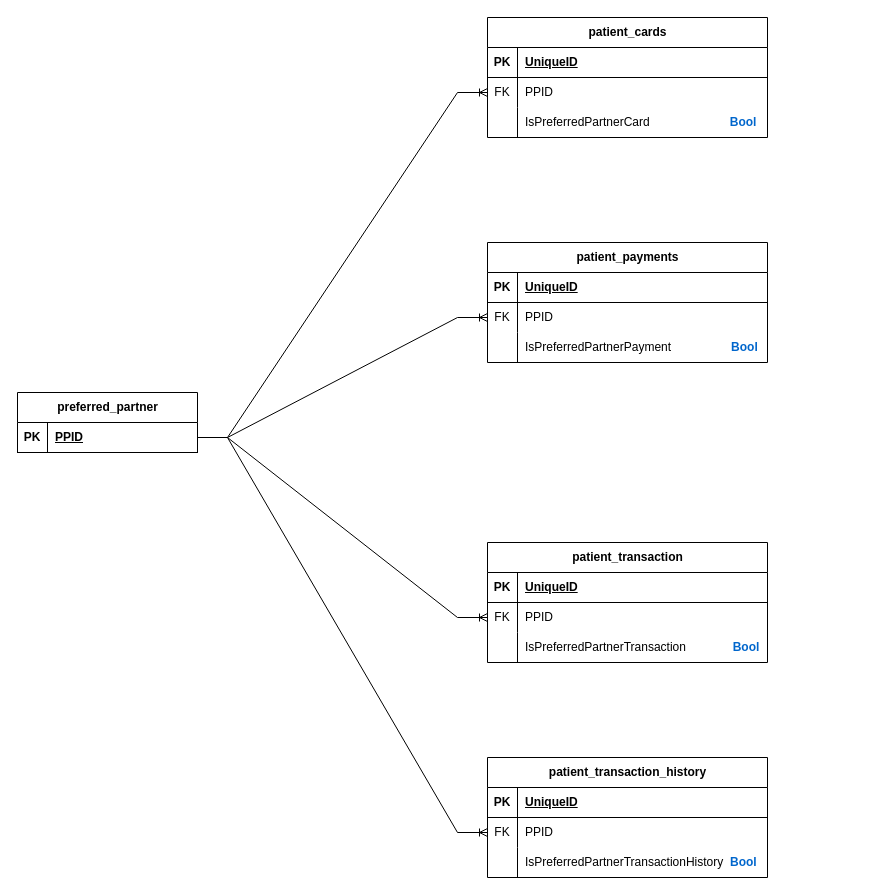
Earlier version of the draw.io diagram Preferred Partner Entity Relation.drawio (fkbhatti/EHR_Diagrams). Source tidied: cells renumbered, new cells numbered last; positions are measured from the earlier drawing's top-left corner, leaving out a move shared by most shapes. Both pictures are drawn from the tidied source at 100%, with x=0, y=0 at pixel (17, 17).
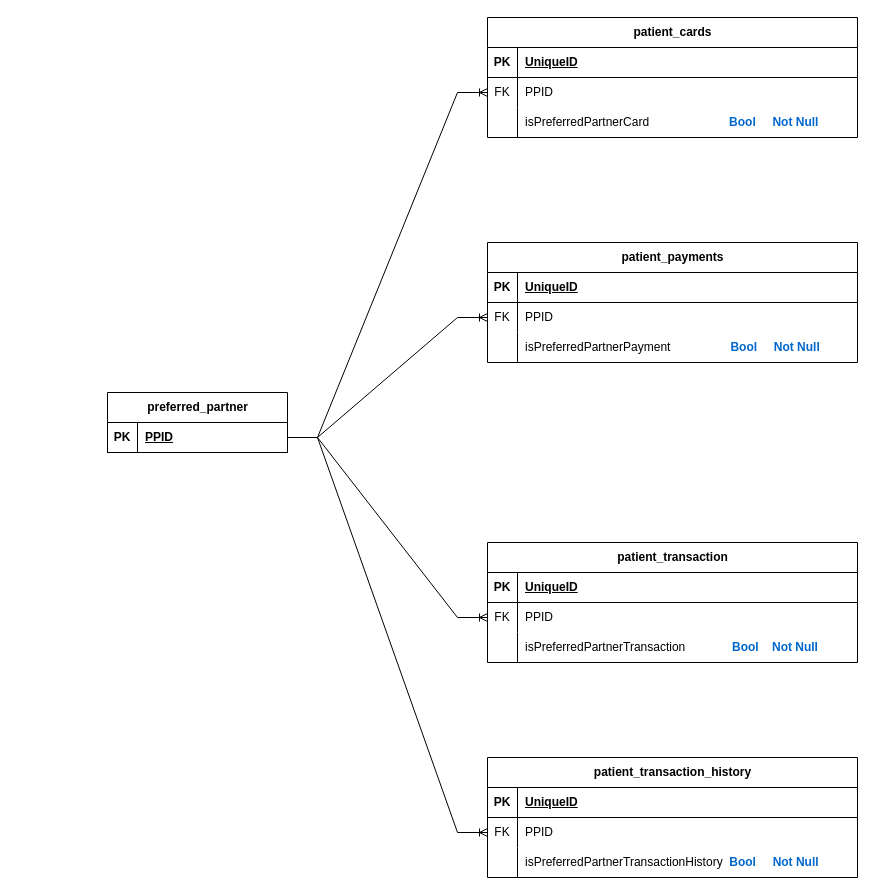
Above is the later version.

What changed in the source:
```diff
@@
     <mxCell id="2" value="patient_cards" style="shape=table;startSize=30;childLayout=tableLayout;rowLines=0;fontStyle=1;align=center;html=1;" parent="1" vertex="1">
-      <mxGeometry x="470" width="280" height="120" as="geometry" />
+      <mxGeometry x="470" width="370" height="120" as="geometry" />
     </mxCell>
     <mxCell id="3" style="shape=tableRow;horizontal=0;startSize=0;swimlaneHead=0;swimlaneBody=0;fillColor=none;top=0;left=0;right=0;bottom=1;" parent="2" vertex="1">
-      <mxGeometry y="30" width="280" height="30" as="geometry" />
+      <mxGeometry y="30" width="370" height="30" as="geometry" />
     </mxCell>
@@
     <mxCell id="5" value="UniqueID" style="shape=partialRectangle;fillColor=none;top=0;left=0;bottom=0;right=0;align=left;spacingLeft=6;fontStyle=5;overflow=hidden;whiteSpace=wrap;html=1;" parent="3" vertex="1">
-      <mxGeometry x="30" width="250" height="30" as="geometry" />
+      <mxGeometry x="30" width="340" height="30" as="geometry" />
     </mxCell>
     <mxCell id="6" style="shape=tableRow;horizontal=0;startSize=0;swimlaneHead=0;swimlaneBody=0;fillColor=none;points=[[0,0.5],[1,0.5]];portConstraint=eastwest;top=0;left=0;right=0;bottom=0;" parent="2" vertex="1">
-      <mxGeometry y="60" width="280" height="30" as="geometry" />
+      <mxGeometry y="60" width="370" height="30" as="geometry" />
     </mxCell>
@@
     <mxCell id="8" value="PPID" style="shape=partialRectangle;fillColor=none;top=0;left=0;bottom=0;right=0;align=left;spacingLeft=6;overflow=hidden;whiteSpace=wrap;html=1;" parent="6" vertex="1">
-      <mxGeometry x="30" width="250" height="30" as="geometry" />
+      <mxGeometry x="30" width="340" height="30" as="geometry" />
     </mxCell>
     <mxCell id="9" style="shape=tableRow;horizontal=0;startSize=0;swimlaneHead=0;swimlaneBody=0;fillColor=none;top=0;left=0;right=0;bottom=0;" parent="2" vertex="1">
-      <mxGeometry y="90" width="280" height="30" as="geometry" />
+      <mxGeometry y="90" width="370" height="30" as="geometry" />
     </mxCell>
@@
-    <mxCell id="11" value="IsPreferredPartnerCard&amp;nbsp; &amp;nbsp; &amp;nbsp; &amp;nbsp; &amp;nbsp; &amp;nbsp; &amp;nbsp; &amp;nbsp; &amp;nbsp; &amp;nbsp; &amp;nbsp; &amp;nbsp; &lt;b&gt;&lt;font color=&quot;#0066cc&quot;&gt;Bool&lt;/font&gt;&lt;/b&gt;" style="shape=partialRectangle;fillColor=none;top=0;left=0;bottom=0;right=0;align=left;spacingLeft=6;overflow=hidden;whiteSpace=wrap;html=1;" parent="9" vertex="1">
-      <mxGeometry x="30" width="250" height="30" as="geometry" />
+    <mxCell id="11" value="isPreferredPartnerCard&amp;nbsp; &amp;nbsp; &amp;nbsp; &amp;nbsp; &amp;nbsp; &amp;nbsp; &amp;nbsp; &amp;nbsp; &amp;nbsp; &amp;nbsp; &amp;nbsp; &amp;nbsp; &lt;b&gt;&lt;font color=&quot;#0066cc&quot;&gt;Bool&amp;nbsp; &amp;nbsp; &amp;nbsp;Not Null&lt;/font&gt;&lt;/b&gt;" style="shape=partialRectangle;fillColor=none;top=0;left=0;bottom=0;right=0;align=left;spacingLeft=6;overflow=hidden;whiteSpace=wrap;html=1;" parent="9" vertex="1">
+      <mxGeometry x="30" width="340" height="30" as="geometry" />
     </mxCell>
     <mxCell id="12" value="patient_payments" style="shape=table;startSize=30;childLayout=tableLayout;rowLines=0;fontStyle=1;align=center;html=1;" parent="1" vertex="1">
-      <mxGeometry x="470" y="225" width="280" height="120" as="geometry" />
+      <mxGeometry x="470" y="225" width="370" height="120" as="geometry" />
     </mxCell>
     <mxCell id="13" style="shape=tableRow;horizontal=0;startSize=0;swimlaneHead=0;swimlaneBody=0;fillColor=none;top=0;left=0;right=0;bottom=1;" parent="12" vertex="1">
-      <mxGeometry y="30" width="280" height="30" as="geometry" />
+      <mxGeometry y="30" width="370" height="30" as="geometry" />
     </mxCell>
@@
     <mxCell id="15" value="UniqueID" style="shape=partialRectangle;fillColor=none;top=0;left=0;bottom=0;right=0;align=left;spacingLeft=6;fontStyle=5;overflow=hidden;whiteSpace=wrap;html=1;" parent="13" vertex="1">
-      <mxGeometry x="30" width="250" height="30" as="geometry" />
+      <mxGeometry x="30" width="340" height="30" as="geometry" />
     </mxCell>
     <mxCell id="16" style="shape=tableRow;horizontal=0;startSize=0;swimlaneHead=0;swimlaneBody=0;fillColor=none;points=[[0,0.5],[1,0.5]];portConstraint=eastwest;top=0;left=0;right=0;bottom=0;" parent="12" vertex="1">
-      <mxGeometry y="60" width="280" height="30" as="geometry" />
+      <mxGeometry y="60" width="370" height="30" as="geometry" />
     </mxCell>
@@
     <mxCell id="18" value="PPID" style="shape=partialRectangle;fillColor=none;top=0;left=0;bottom=0;right=0;align=left;spacingLeft=6;overflow=hidden;whiteSpace=wrap;html=1;" parent="16" vertex="1">
-      <mxGeometry x="30" width="250" height="30" as="geometry" />
+      <mxGeometry x="30" width="340" height="30" as="geometry" />
     </mxCell>
     <mxCell id="19" style="shape=tableRow;horizontal=0;startSize=0;swimlaneHead=0;swimlaneBody=0;fillColor=none;top=0;left=0;right=0;bottom=0;" parent="12" vertex="1">
-      <mxGeometry y="90" width="280" height="30" as="geometry" />
+      <mxGeometry y="90" width="370" height="30" as="geometry" />
     </mxCell>
@@
-    <mxCell id="21" value="IsPreferredPartnerPayment&amp;nbsp; &amp;nbsp; &amp;nbsp; &amp;nbsp; &amp;nbsp; &amp;nbsp; &amp;nbsp; &amp;nbsp; &amp;nbsp; &lt;b&gt;&lt;font color=&quot;#0066cc&quot;&gt;Bool&lt;/font&gt;&lt;/b&gt;" style="shape=partialRectangle;fillColor=none;top=0;left=0;bottom=0;right=0;align=left;spacingLeft=6;overflow=hidden;whiteSpace=wrap;html=1;" parent="19" vertex="1">
-      <mxGeometry x="30" width="250" height="30" as="geometry" />
+    <mxCell id="21" value="isPreferredPartnerPayment&amp;nbsp; &amp;nbsp; &amp;nbsp; &amp;nbsp; &amp;nbsp; &amp;nbsp; &amp;nbsp; &amp;nbsp; &amp;nbsp; &lt;b&gt;&lt;font color=&quot;#0066cc&quot;&gt;Bool&amp;nbsp; &amp;nbsp; &amp;nbsp;Not Null&lt;/font&gt;&lt;/b&gt;" style="shape=partialRectangle;fillColor=none;top=0;left=0;bottom=0;right=0;align=left;spacingLeft=6;overflow=hidden;whiteSpace=wrap;html=1;" parent="19" vertex="1">
+      <mxGeometry x="30" width="340" height="30" as="geometry" />
     </mxCell>
     <mxCell id="22" value="patient_transaction" style="shape=table;startSize=30;childLayout=tableLayout;rowLines=0;fontStyle=1;align=center;html=1;" parent="1" vertex="1">
-      <mxGeometry x="470" y="525" width="280" height="120" as="geometry" />
+      <mxGeometry x="470" y="525" width="370" height="120" as="geometry" />
     </mxCell>
     <mxCell id="23" style="shape=tableRow;horizontal=0;startSize=0;swimlaneHead=0;swimlaneBody=0;fillColor=none;top=0;left=0;right=0;bottom=1;" parent="22" vertex="1">
-      <mxGeometry y="30" width="280" height="30" as="geometry" />
+      <mxGeometry y="30" width="370" height="30" as="geometry" />
     </mxCell>
@@
     <mxCell id="25" value="UniqueID" style="shape=partialRectangle;fillColor=none;top=0;left=0;bottom=0;right=0;align=left;spacingLeft=6;fontStyle=5;overflow=hidden;whiteSpace=wrap;html=1;" parent="23" vertex="1">
-      <mxGeometry x="30" width="250" height="30" as="geometry" />
+      <mxGeometry x="30" width="340" height="30" as="geometry" />
     </mxCell>
     <mxCell id="26" style="shape=tableRow;horizontal=0;startSize=0;swimlaneHead=0;swimlaneBody=0;fillColor=none;points=[[0,0.5],[1,0.5]];portConstraint=eastwest;top=0;left=0;right=0;bottom=0;" parent="22" vertex="1">
-      <mxGeometry y="60" width="280" height="30" as="geometry" />
+      <mxGeometry y="60" width="370" height="30" as="geometry" />
     </mxCell>
@@
     <mxCell id="28" value="PPID" style="shape=partialRectangle;fillColor=none;top=0;left=0;bottom=0;right=0;align=left;spacingLeft=6;overflow=hidden;whiteSpace=wrap;html=1;" parent="26" vertex="1">
-      <mxGeometry x="30" width="250" height="30" as="geometry" />
+      <mxGeometry x="30" width="340" height="30" as="geometry" />
     </mxCell>
     <mxCell id="29" style="shape=tableRow;horizontal=0;startSize=0;swimlaneHead=0;swimlaneBody=0;fillColor=none;top=0;left=0;right=0;bottom=0;" parent="22" vertex="1">
-      <mxGeometry y="90" width="280" height="30" as="geometry" />
+      <mxGeometry y="90" width="370" height="30" as="geometry" />
     </mxCell>
@@
-    <mxCell id="31" value="IsPreferredPartnerTransaction&amp;nbsp; &amp;nbsp; &amp;nbsp; &amp;nbsp; &amp;nbsp; &amp;nbsp; &amp;nbsp; &lt;b&gt;&lt;font color=&quot;#0066cc&quot;&gt;Bool&lt;/font&gt;&lt;/b&gt;" style="shape=partialRectangle;fillColor=none;top=0;left=0;bottom=0;right=0;align=left;spacingLeft=6;overflow=hidden;whiteSpace=wrap;html=1;" parent="29" vertex="1">
-      <mxGeometry x="30" width="250" height="30" as="geometry" />
+    <mxCell id="31" value="isPreferredPartnerTransaction&amp;nbsp; &amp;nbsp; &amp;nbsp; &amp;nbsp; &amp;nbsp; &amp;nbsp; &amp;nbsp; &lt;b&gt;&lt;font color=&quot;#0066cc&quot;&gt;Bool&amp;nbsp; &amp;nbsp; Not Null&lt;/font&gt;&lt;/b&gt;" style="shape=partialRectangle;fillColor=none;top=0;left=0;bottom=0;right=0;align=left;spacingLeft=6;overflow=hidden;whiteSpace=wrap;html=1;" parent="29" vertex="1">
+      <mxGeometry x="30" width="340" height="30" as="geometry" />
     </mxCell>
     <mxCell id="32" value="patient_transaction_history" style="shape=table;startSize=30;childLayout=tableLayout;rowLines=0;fontStyle=1;align=center;html=1;" parent="1" vertex="1">
-      <mxGeometry x="470" y="740" width="280" height="120" as="geometry" />
+      <mxGeometry x="470" y="740" width="370" height="120" as="geometry" />
     </mxCell>
     <mxCell id="33" style="shape=tableRow;horizontal=0;startSize=0;swimlaneHead=0;swimlaneBody=0;fillColor=none;top=0;left=0;right=0;bottom=1;" parent="32" vertex="1">
-      <mxGeometry y="30" width="280" height="30" as="geometry" />
+      <mxGeometry y="30" width="370" height="30" as="geometry" />
     </mxCell>
@@
     <mxCell id="35" value="UniqueID" style="shape=partialRectangle;fillColor=none;top=0;left=0;bottom=0;right=0;align=left;spacingLeft=6;fontStyle=5;overflow=hidden;whiteSpace=wrap;html=1;" parent="33" vertex="1">
-      <mxGeometry x="30" width="250" height="30" as="geometry" />
+      <mxGeometry x="30" width="340" height="30" as="geometry" />
     </mxCell>
     <mxCell id="36" style="shape=tableRow;horizontal=0;startSize=0;swimlaneHead=0;swimlaneBody=0;fillColor=none;points=[[0,0.5],[1,0.5]];portConstraint=eastwest;top=0;left=0;right=0;bottom=0;" parent="32" vertex="1">
-      <mxGeometry y="60" width="280" height="30" as="geometry" />
+      <mxGeometry y="60" width="370" height="30" as="geometry" />
     </mxCell>
@@
     <mxCell id="38" value="PPID" style="shape=partialRectangle;fillColor=none;top=0;left=0;bottom=0;right=0;align=left;spacingLeft=6;overflow=hidden;whiteSpace=wrap;html=1;" parent="36" vertex="1">
-      <mxGeometry x="30" width="250" height="30" as="geometry" />
+      <mxGeometry x="30" width="340" height="30" as="geometry" />
     </mxCell>
     <mxCell id="39" style="shape=tableRow;horizontal=0;startSize=0;swimlaneHead=0;swimlaneBody=0;fillColor=none;top=0;left=0;right=0;bottom=0;" parent="32" vertex="1">
-      <mxGeometry y="90" width="280" height="30" as="geometry" />
+      <mxGeometry y="90" width="370" height="30" as="geometry" />
     </mxCell>
@@
-    <mxCell id="41" value="IsPreferredPartnerTransactionHistory&amp;nbsp; &lt;b&gt;&lt;font color=&quot;#0066cc&quot;&gt;Bool&lt;/font&gt;&lt;/b&gt;" style="shape=partialRectangle;fillColor=none;top=0;left=0;bottom=0;right=0;align=left;spacingLeft=6;overflow=hidden;whiteSpace=wrap;html=1;" parent="39" vertex="1">
-      <mxGeometry x="30" width="250" height="30" as="geometry" />
+    <mxCell id="41" value="isPreferredPartnerTransactionHistory&amp;nbsp; &lt;b&gt;&lt;font color=&quot;#0066cc&quot;&gt;Bool&amp;nbsp; &amp;nbsp; &amp;nbsp;Not Null&lt;/font&gt;&lt;/b&gt;" style="shape=partialRectangle;fillColor=none;top=0;left=0;bottom=0;right=0;align=left;spacingLeft=6;overflow=hidden;whiteSpace=wrap;html=1;" parent="39" vertex="1">
+      <mxGeometry x="30" width="340" height="30" as="geometry" />
     </mxCell>
     <mxCell id="42" value="preferred_partner" style="shape=table;startSize=30;childLayout=tableLayout;rowLines=0;fontStyle=1;align=center;html=1;" parent="1" vertex="1">
-      <mxGeometry y="375" width="180" height="60" as="geometry" />
+      <mxGeometry x="90" y="375" width="180" height="60" as="geometry" />
     </mxCell>
@@
     <mxCell id="47" style="edgeStyle=entityRelationEdgeStyle;fontSize=12;html=1;endArrow=ERoneToMany;rounded=0;entryX=0;entryY=0.5;entryDx=0;entryDy=0;" parent="1" edge="1" target="36">
       <mxGeometry relative="1" as="geometry">
-        <mxPoint x="180" y="420" as="sourcePoint" />
+        <mxPoint x="270" y="420" as="sourcePoint" />
       </mxGeometry>
     </mxCell>
```
